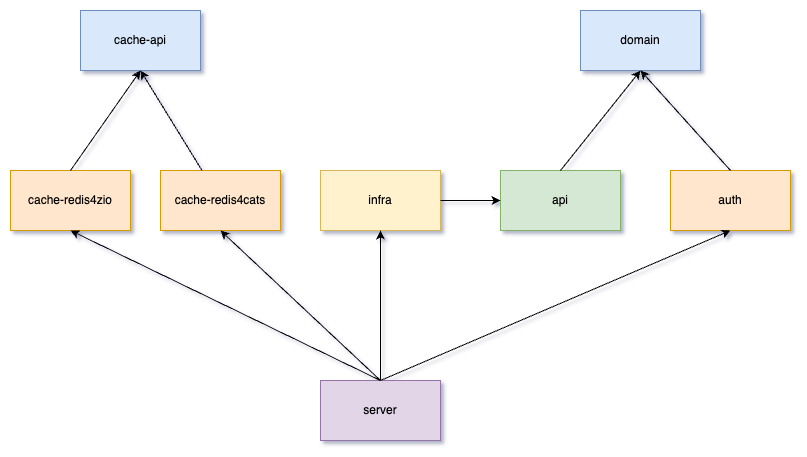
bitlap/zim keeps this draw.io diagram as zim-1.drawio.png. Above is the earlier version. Source tidied: cells renumbered, new cells last; positions are measured from the earlier drawing's top-left corner, leaving out a move shared by most shapes. Source of this version:
```xml
<mxGraphModel background="#ffffff" shadow="1">
  <root>
    <mxCell id="0" />
    <mxCell id="1" parent="0" />
    <mxCell id="2" value="domain" style="rounded=0;whiteSpace=wrap;html=1;fillColor=#dae8fc;strokeColor=#6c8ebf;" parent="1" vertex="1">
      <mxGeometry x="570" width="120" height="60" as="geometry" />
    </mxCell>
    <mxCell id="3" value="cache-api" style="rounded=0;whiteSpace=wrap;html=1;fillColor=#dae8fc;strokeColor=#6c8ebf;" parent="1" vertex="1">
      <mxGeometry x="70" width="120" height="60" as="geometry" />
    </mxCell>
    <mxCell id="4" value="api" style="rounded=0;whiteSpace=wrap;html=1;fillColor=#d5e8d4;strokeColor=#82b366;" parent="1" vertex="1">
      <mxGeometry x="490" y="160" width="120" height="60" as="geometry" />
    </mxCell>
    <mxCell id="5" style="endArrow=classic;html=1;rounded=0;exitX=0.5;exitY=0;exitDx=0;exitDy=0;entryX=0.5;entryY=1;entryDx=0;entryDy=0;" parent="1" edge="1" source="4" target="2">
      <mxGeometry relative="1" as="geometry" />
    </mxCell>
    <mxCell id="6" value="auth" style="rounded=0;whiteSpace=wrap;html=1;fillColor=#ffe6cc;strokeColor=#d79b00;" parent="1" vertex="1">
      <mxGeometry x="660" y="160" width="120" height="60" as="geometry" />
    </mxCell>
    <mxCell id="7" style="endArrow=classic;html=1;rounded=0;exitX=0.5;exitY=0;exitDx=0;exitDy=0;entryX=0.5;entryY=1;entryDx=0;entryDy=0;" parent="1" edge="1" source="6" target="2">
      <mxGeometry relative="1" as="geometry" />
    </mxCell>
    <mxCell id="8" value="cache-redis4cats" style="rounded=0;whiteSpace=wrap;html=1;fillColor=#ffe6cc;strokeColor=#d79b00;" parent="1" vertex="1">
      <mxGeometry x="150" y="160" width="120" height="60" as="geometry" />
    </mxCell>
    <mxCell id="9" style="endArrow=classic;html=1;rounded=0;entryX=0.5;entryY=1;entryDx=0;entryDy=0;" parent="1" edge="1" source="8" target="3">
      <mxGeometry relative="1" as="geometry" />
    </mxCell>
    <mxCell id="10" value="cache-redis4zio" style="rounded=0;whiteSpace=wrap;html=1;fillColor=#ffe6cc;strokeColor=#d79b00;" parent="1" vertex="1">
      <mxGeometry y="160" width="120" height="60" as="geometry" />
    </mxCell>
    <mxCell id="11" style="endArrow=classic;html=1;rounded=0;exitX=0.5;exitY=0;exitDx=0;exitDy=0;entryX=0.5;entryY=1;entryDx=0;entryDy=0;" parent="1" edge="1" source="10" target="3">
      <mxGeometry relative="1" as="geometry" />
    </mxCell>
    <mxCell id="12" value="infra" style="rounded=0;whiteSpace=wrap;html=1;fillColor=#fff2cc;strokeColor=#d6b656;" parent="1" vertex="1">
      <mxGeometry x="310" y="160" width="120" height="60" as="geometry" />
    </mxCell>
    <mxCell id="13" value="server" style="rounded=0;whiteSpace=wrap;html=1;fillColor=#e1d5e7;strokeColor=#9673a6;" parent="1" vertex="1">
      <mxGeometry x="310" y="370" width="120" height="60" as="geometry" />
    </mxCell>
    <mxCell id="14" style="endArrow=classic;html=1;rounded=0;exitX=0.5;exitY=0;exitDx=0;exitDy=0;entryX=0.5;entryY=1;entryDx=0;entryDy=0;" parent="1" edge="1" source="13" target="10">
      <mxGeometry relative="1" as="geometry" />
    </mxCell>
    <mxCell id="15" style="endArrow=classic;html=1;rounded=0;entryX=0.5;entryY=1;entryDx=0;entryDy=0;exitX=0.5;exitY=0;exitDx=0;exitDy=0;" parent="1" edge="1" source="13" target="8">
      <mxGeometry relative="1" as="geometry" />
    </mxCell>
    <mxCell id="16" style="endArrow=classic;html=1;rounded=0;entryX=0.5;entryY=1;entryDx=0;entryDy=0;exitX=0.5;exitY=0;exitDx=0;exitDy=0;" parent="1" edge="1" source="13" target="12">
      <mxGeometry relative="1" as="geometry" />
    </mxCell>
    <mxCell id="17" style="endArrow=classic;html=1;rounded=0;entryX=0.5;entryY=1;entryDx=0;entryDy=0;exitX=0.5;exitY=0;exitDx=0;exitDy=0;" parent="1" edge="1" source="13" target="6">
      <mxGeometry relative="1" as="geometry" />
    </mxCell>
    <mxCell id="18" style="endArrow=classic;html=1;rounded=0;exitX=1;exitY=0.5;exitDx=0;exitDy=0;entryX=0;entryY=0.5;entryDx=0;entryDy=0;" parent="1" edge="1" source="12" target="4">
      <mxGeometry relative="1" as="geometry" />
    </mxCell>
  </root>
</mxGraphModel>
```
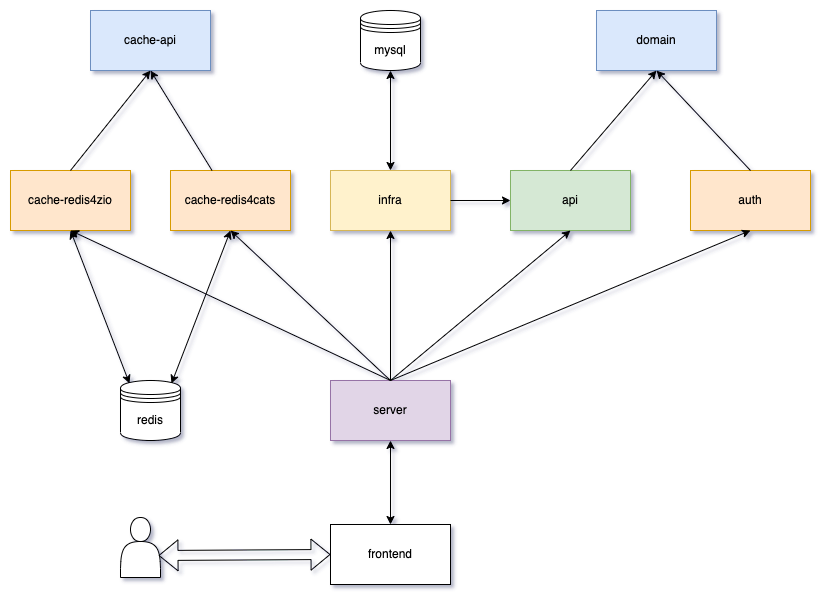
Later version of the same file.

The edit, as a diff of the source:
```diff
@@ -3,7 +3,7 @@
     <mxCell id="0" />
     <mxCell id="1" parent="0" />
     <mxCell id="2" value="domain" style="rounded=0;whiteSpace=wrap;html=1;fillColor=#dae8fc;strokeColor=#6c8ebf;" parent="1" vertex="1">
-      <mxGeometry x="570" width="120" height="60" as="geometry" />
+      <mxGeometry x="576" width="120" height="60" as="geometry" />
     </mxCell>
     <mxCell id="3" value="cache-api" style="rounded=0;whiteSpace=wrap;html=1;fillColor=#dae8fc;strokeColor=#6c8ebf;" parent="1" vertex="1">
       <mxGeometry x="70" width="120" height="60" as="geometry" />
@@ -15,7 +15,7 @@
       <mxGeometry relative="1" as="geometry" />
     </mxCell>
     <mxCell id="6" value="auth" style="rounded=0;whiteSpace=wrap;html=1;fillColor=#ffe6cc;strokeColor=#d79b00;" parent="1" vertex="1">
-      <mxGeometry x="660" y="160" width="120" height="60" as="geometry" />
+      <mxGeometry x="670" y="160" width="120" height="60" as="geometry" />
     </mxCell>
     <mxCell id="7" style="endArrow=classic;html=1;rounded=0;exitX=0.5;exitY=0;exitDx=0;exitDy=0;entryX=0.5;entryY=1;entryDx=0;entryDy=0;" parent="1" edge="1" source="6" target="2">
       <mxGeometry relative="1" as="geometry" />
@@ -27,7 +27,7 @@
       <mxGeometry relative="1" as="geometry" />
     </mxCell>
     <mxCell id="10" value="cache-redis4zio" style="rounded=0;whiteSpace=wrap;html=1;fillColor=#ffe6cc;strokeColor=#d79b00;" parent="1" vertex="1">
-      <mxGeometry y="160" width="120" height="60" as="geometry" />
+      <mxGeometry x="-10" y="160" width="120" height="60" as="geometry" />
     </mxCell>
     <mxCell id="11" style="endArrow=classic;html=1;rounded=0;exitX=0.5;exitY=0;exitDx=0;exitDy=0;entryX=0.5;entryY=1;entryDx=0;entryDy=0;" parent="1" edge="1" source="10" target="3">
       <mxGeometry relative="1" as="geometry" />
@@ -50,8 +50,38 @@
     <mxCell id="17" style="endArrow=classic;html=1;rounded=0;entryX=0.5;entryY=1;entryDx=0;entryDy=0;exitX=0.5;exitY=0;exitDx=0;exitDy=0;" parent="1" edge="1" source="13" target="6">
       <mxGeometry relative="1" as="geometry" />
     </mxCell>
-    <mxCell id="18" style="endArrow=classic;html=1;rounded=0;exitX=1;exitY=0.5;exitDx=0;exitDy=0;entryX=0;entryY=0.5;entryDx=0;entryDy=0;" parent="1" edge="1" source="12" target="4">
+    <mxCell id="18" style="endArrow=classic;html=1;rounded=0;exitX=0.5;exitY=0;exitDx=0;exitDy=0;entryX=0.5;entryY=1;entryDx=0;entryDy=0;" parent="1" edge="1" source="13" target="4">
       <mxGeometry relative="1" as="geometry" />
     </mxCell>
+    <mxCell id="19" style="endArrow=classic;startArrow=classic;html=1;rounded=0;exitX=0.5;exitY=0;exitDx=0;exitDy=0;entryX=0.5;entryY=1;entryDx=0;entryDy=0;" parent="1" edge="1" source="26" target="13">
+      <mxGeometry relative="1" as="geometry" />
+    </mxCell>
+    <mxCell id="20" value="redis" style="shape=datastore;whiteSpace=wrap;html=1;" parent="1" vertex="1">
+      <mxGeometry x="100" y="370" width="60" height="60" as="geometry" />
+    </mxCell>
+    <mxCell id="21" style="endArrow=classic;startArrow=classic;html=1;rounded=0;entryX=0.5;entryY=1;entryDx=0;entryDy=0;exitX=0.15;exitY=0.05;exitDx=0;exitDy=0;exitPerimeter=0;" parent="1" edge="1" source="20" target="10">
+      <mxGeometry relative="1" as="geometry" />
+    </mxCell>
+    <mxCell id="22" style="endArrow=classic;startArrow=classic;html=1;rounded=0;entryX=0.5;entryY=1;entryDx=0;entryDy=0;exitX=0.85;exitY=0.05;exitDx=0;exitDy=0;exitPerimeter=0;" parent="1" edge="1" source="20" target="8">
+      <mxGeometry relative="1" as="geometry" />
+    </mxCell>
+    <mxCell id="23" value="mysql" style="shape=datastore;whiteSpace=wrap;html=1;" parent="1" vertex="1">
+      <mxGeometry x="340" width="60" height="60" as="geometry" />
+    </mxCell>
+    <mxCell id="24" style="endArrow=classic;startArrow=classic;html=1;rounded=0;entryX=0.5;entryY=1;entryDx=0;entryDy=0;" parent="1" edge="1" source="12" target="23">
+      <mxGeometry relative="1" as="geometry" />
+    </mxCell>
+    <mxCell id="25" style="shape=actor;whiteSpace=wrap;html=1;" parent="1" vertex="1">
+      <mxGeometry x="100" y="507" width="40" height="60" as="geometry" />
+    </mxCell>
+    <mxCell id="26" value="frontend" style="rounded=0;whiteSpace=wrap;html=1;" parent="1" vertex="1">
+      <mxGeometry x="310" y="514" width="120" height="60" as="geometry" />
+    </mxCell>
+    <mxCell id="27" style="shape=flexArrow;endArrow=classic;startArrow=classic;html=1;rounded=0;exitX=0.95;exitY=0.633;exitDx=0;exitDy=0;exitPerimeter=0;entryX=0;entryY=0.5;entryDx=0;entryDy=0;" parent="1" edge="1" source="25" target="26">
+      <mxGeometry relative="1" as="geometry" />
+    </mxCell>
+    <mxCell id="28" style="endArrow=classic;html=1;rounded=0;entryX=0;entryY=0.5;entryDx=0;entryDy=0;exitX=1;exitY=0.5;exitDx=0;exitDy=0;" parent="1" edge="1" source="12" target="4">
+      <mxGeometry relative="1" as="geometry" />
+    </mxCell>
   </root>
 </mxGraphModel>
```
